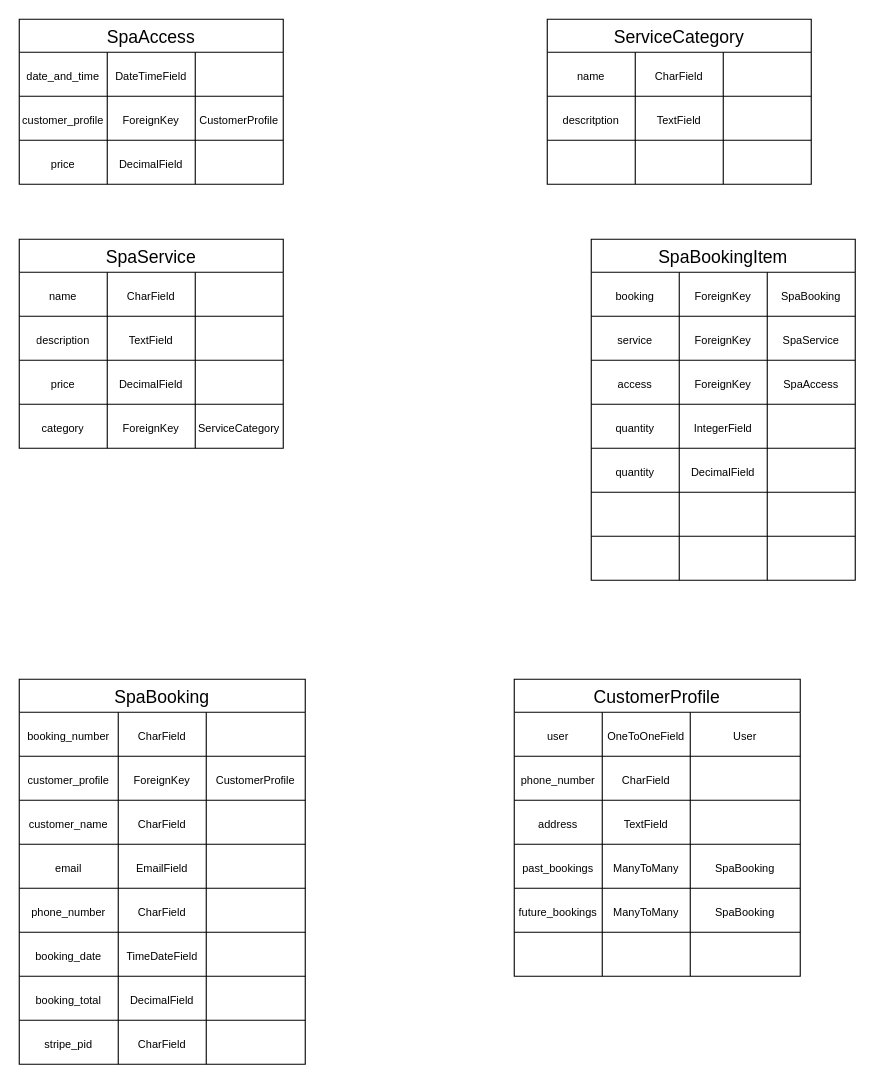
The draw.io diagram Namnlöst diagram.drawio in CeciliaSG/pp5_hotel_e-commerce, before the edit. Source tidied: cells renumbered, new cells numbered last; positions are measured from the earlier drawing's top-left corner, leaving out a move shared by most shapes. Both pictures are drawn from the tidied source at 110%, with x=0, y=0 at pixel (19, 19).
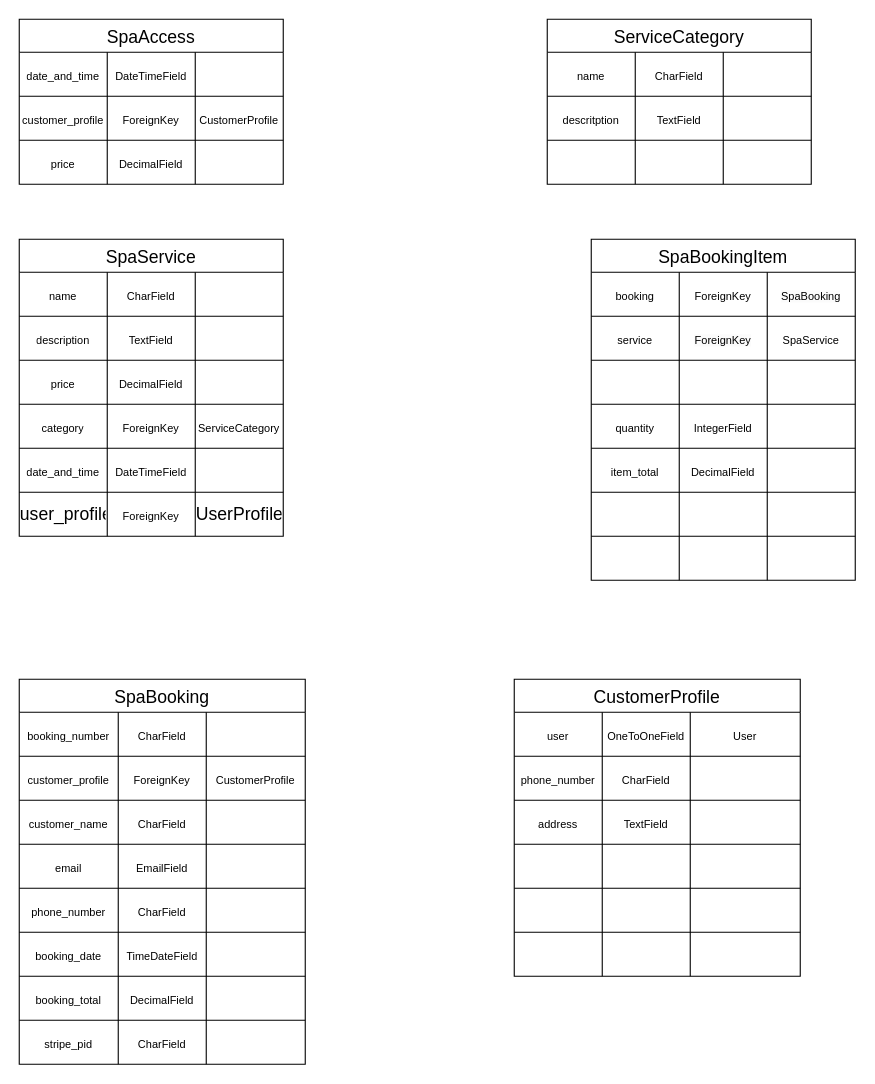
The same page after the edit.

Commit message:
uppdate models

Unchanged cells that the change refers to:
```xml
<mxCell id="54" style="shape=tableRow;horizontal=0;startSize=0;swimlaneHead=0;swimlaneBody=0;strokeColor=inherit;top=0;left=0;bottom=0;right=0;fillColor=none;fontSize=16;" parent="45" vertex="1">
  <mxGeometry y="110" width="240" height="40" as="geometry" />
</mxCell>
<mxCell id="62" style="shape=tableRow;horizontal=0;startSize=0;swimlaneHead=0;swimlaneBody=0;strokeColor=inherit;top=0;left=0;bottom=0;right=0;fillColor=none;fontSize=16;" parent="45" vertex="1">
  <mxGeometry y="190" width="240" height="40" as="geometry" />
</mxCell>
<mxCell id="120" style="shape=tableRow;horizontal=0;startSize=0;swimlaneHead=0;swimlaneBody=0;strokeColor=inherit;top=0;left=0;bottom=0;right=0;fillColor=none;fontSize=16;" parent="107" vertex="1">
  <mxGeometry y="150" width="260" height="40" as="geometry" />
</mxCell>
<mxCell id="124" style="shape=tableRow;horizontal=0;startSize=0;swimlaneHead=0;swimlaneBody=0;strokeColor=inherit;top=0;left=0;bottom=0;right=0;fillColor=none;fontSize=16;" parent="107" vertex="1">
  <mxGeometry y="190" width="260" height="40" as="geometry" />
</mxCell>
```

The edit, as a diff of the source:
```diff
@@
     <mxCell id="28" value="SpaService" style="shape=table;startSize=30;childLayout=tableLayout;strokeColor=default;fontSize=16;" parent="1" vertex="1">
-      <mxGeometry y="200" width="240" height="190" as="geometry" />
+      <mxGeometry y="200" width="240" height="270" as="geometry" />
     </mxCell>
@@
+    <mxCell id="133" style="shape=tableRow;horizontal=0;startSize=0;swimlaneHead=0;swimlaneBody=0;strokeColor=inherit;top=0;left=0;bottom=0;right=0;fillColor=none;fontSize=16;" parent="28" vertex="1">
+      <mxGeometry y="190" width="240" height="40" as="geometry" />
+    </mxCell>
+    <mxCell id="134" value="&lt;span style=&quot;font-size: 10px;&quot;&gt;date_and_time&lt;/span&gt;" style="shape=partialRectangle;html=1;whiteSpace=wrap;strokeColor=inherit;overflow=hidden;fillColor=none;top=0;left=0;bottom=0;right=0;fontSize=16;" parent="133" vertex="1">
+      <mxGeometry width="80" height="40" as="geometry" />
+    </mxCell>
+    <mxCell id="135" value="&lt;span style=&quot;font-size: 10px;&quot;&gt;DateTimeField&lt;/span&gt;" style="shape=partialRectangle;html=1;whiteSpace=wrap;strokeColor=inherit;overflow=hidden;fillColor=none;top=0;left=0;bottom=0;right=0;fontSize=16;" parent="133" vertex="1">
+      <mxGeometry x="80" width="80" height="40" as="geometry" />
+    </mxCell>
+    <mxCell id="136" style="shape=partialRectangle;html=1;whiteSpace=wrap;strokeColor=inherit;overflow=hidden;fillColor=none;top=0;left=0;bottom=0;right=0;fontSize=16;" parent="133" vertex="1">
+      <mxGeometry x="160" width="80" height="40" as="geometry" />
+    </mxCell>
+    <mxCell id="137" style="shape=tableRow;horizontal=0;startSize=0;swimlaneHead=0;swimlaneBody=0;strokeColor=inherit;top=0;left=0;bottom=0;right=0;fillColor=none;fontSize=16;" parent="28" vertex="1">
+      <mxGeometry y="230" width="240" height="40" as="geometry" />
+    </mxCell>
+    <mxCell id="138" value="user_profile" style="shape=partialRectangle;html=1;whiteSpace=wrap;strokeColor=inherit;overflow=hidden;fillColor=none;top=0;left=0;bottom=0;right=0;fontSize=16;" parent="137" vertex="1">
+      <mxGeometry width="80" height="40" as="geometry" />
+    </mxCell>
+    <mxCell id="139" value="&lt;span style=&quot;font-size: 10px;&quot;&gt;ForeignKey&lt;/span&gt;" style="shape=partialRectangle;html=1;whiteSpace=wrap;strokeColor=inherit;overflow=hidden;fillColor=none;top=0;left=0;bottom=0;right=0;fontSize=16;" parent="137" vertex="1">
+      <mxGeometry x="80" width="80" height="40" as="geometry" />
+    </mxCell>
+    <mxCell id="140" value="UserProfile" style="shape=partialRectangle;html=1;whiteSpace=wrap;strokeColor=inherit;overflow=hidden;fillColor=none;top=0;left=0;bottom=0;right=0;fontSize=16;" parent="137" vertex="1">
+      <mxGeometry x="160" width="80" height="40" as="geometry" />
+    </mxCell>
@@
-    <mxCell id="55" value="&lt;font style=&quot;font-size: 10px;&quot;&gt;access&lt;/font&gt;" style="shape=partialRectangle;html=1;whiteSpace=wrap;strokeColor=inherit;overflow=hidden;fillColor=none;top=0;left=0;bottom=0;right=0;fontSize=16;" parent="54" vertex="1">
+    <mxCell id="55" style="shape=partialRectangle;html=1;whiteSpace=wrap;strokeColor=inherit;overflow=hidden;fillColor=none;top=0;left=0;bottom=0;right=0;fontSize=16;" parent="54" vertex="1">
       <mxGeometry width="80" height="40" as="geometry" />
     </mxCell>
-    <mxCell id="56" value="&lt;span style=&quot;color: rgb(0, 0, 0); font-family: Helvetica; font-size: 10px; font-style: normal; font-variant-ligatures: normal; font-variant-caps: normal; font-weight: 400; letter-spacing: normal; orphans: 2; text-align: center; text-indent: 0px; text-transform: none; widows: 2; word-spacing: 0px; -webkit-text-stroke-width: 0px; white-space: normal; background-color: rgb(251, 251, 251); text-decoration-thickness: initial; text-decoration-style: initial; text-decoration-color: initial; display: inline !important; float: none;&quot;&gt;ForeignKey&lt;/span&gt;" style="shape=partialRectangle;html=1;whiteSpace=wrap;strokeColor=inherit;overflow=hidden;fillColor=none;top=0;left=0;bottom=0;right=0;fontSize=16;" parent="54" vertex="1">
+    <mxCell id="56" style="shape=partialRectangle;html=1;whiteSpace=wrap;strokeColor=inherit;overflow=hidden;fillColor=none;top=0;left=0;bottom=0;right=0;fontSize=16;" parent="54" vertex="1">
       <mxGeometry x="80" width="80" height="40" as="geometry" />
     </mxCell>
-    <mxCell id="57" value="&lt;font style=&quot;font-size: 10px;&quot;&gt;SpaAccess&lt;/font&gt;" style="shape=partialRectangle;html=1;whiteSpace=wrap;strokeColor=inherit;overflow=hidden;fillColor=none;top=0;left=0;bottom=0;right=0;fontSize=16;" parent="54" vertex="1">
+    <mxCell id="57" style="shape=partialRectangle;html=1;whiteSpace=wrap;strokeColor=inherit;overflow=hidden;fillColor=none;top=0;left=0;bottom=0;right=0;fontSize=16;" parent="54" vertex="1">
       <mxGeometry x="160" width="80" height="40" as="geometry" />
     </mxCell>
@@
-    <mxCell id="63" value="&lt;font style=&quot;font-size: 10px;&quot;&gt;quantity&lt;/font&gt;" style="shape=partialRectangle;html=1;whiteSpace=wrap;strokeColor=inherit;overflow=hidden;fillColor=none;top=0;left=0;bottom=0;right=0;fontSize=16;" parent="62" vertex="1">
+    <mxCell id="63" value="&lt;font style=&quot;font-size: 10px;&quot;&gt;item_total&lt;/font&gt;" style="shape=partialRectangle;html=1;whiteSpace=wrap;strokeColor=inherit;overflow=hidden;fillColor=none;top=0;left=0;bottom=0;right=0;fontSize=16;" parent="62" vertex="1">
       <mxGeometry width="80" height="40" as="geometry" />
     </mxCell>
@@
-    <mxCell id="121" value="&lt;font style=&quot;font-size: 10px;&quot;&gt;past_bookings&lt;/font&gt;" style="shape=partialRectangle;html=1;whiteSpace=wrap;strokeColor=inherit;overflow=hidden;fillColor=none;top=0;left=0;bottom=0;right=0;fontSize=16;" parent="120" vertex="1">
+    <mxCell id="121" style="shape=partialRectangle;html=1;whiteSpace=wrap;strokeColor=inherit;overflow=hidden;fillColor=none;top=0;left=0;bottom=0;right=0;fontSize=16;" parent="120" vertex="1">
       <mxGeometry width="80" height="40" as="geometry" />
     </mxCell>
-    <mxCell id="122" value="&lt;font style=&quot;font-size: 10px;&quot;&gt;ManyToMany&lt;/font&gt;" style="shape=partialRectangle;html=1;whiteSpace=wrap;strokeColor=inherit;overflow=hidden;fillColor=none;top=0;left=0;bottom=0;right=0;fontSize=16;" parent="120" vertex="1">
+    <mxCell id="122" style="shape=partialRectangle;html=1;whiteSpace=wrap;strokeColor=inherit;overflow=hidden;fillColor=none;top=0;left=0;bottom=0;right=0;fontSize=16;" parent="120" vertex="1">
       <mxGeometry x="80" width="80" height="40" as="geometry" />
     </mxCell>
-    <mxCell id="123" value="&lt;font style=&quot;font-size: 10px;&quot;&gt;SpaBooking&lt;/font&gt;" style="shape=partialRectangle;html=1;whiteSpace=wrap;strokeColor=inherit;overflow=hidden;fillColor=none;top=0;left=0;bottom=0;right=0;fontSize=16;" parent="120" vertex="1">
+    <mxCell id="123" style="shape=partialRectangle;html=1;whiteSpace=wrap;strokeColor=inherit;overflow=hidden;fillColor=none;top=0;left=0;bottom=0;right=0;fontSize=16;" parent="120" vertex="1">
       <mxGeometry x="160" width="100" height="40" as="geometry" />
     </mxCell>
@@
-    <mxCell id="125" value="&lt;font style=&quot;font-size: 10px;&quot;&gt;future_bookings&lt;/font&gt;" style="shape=partialRectangle;html=1;whiteSpace=wrap;strokeColor=inherit;overflow=hidden;fillColor=none;top=0;left=0;bottom=0;right=0;fontSize=16;" parent="124" vertex="1">
+    <mxCell id="125" style="shape=partialRectangle;html=1;whiteSpace=wrap;strokeColor=inherit;overflow=hidden;fillColor=none;top=0;left=0;bottom=0;right=0;fontSize=16;" parent="124" vertex="1">
       <mxGeometry width="80" height="40" as="geometry" />
     </mxCell>
-    <mxCell id="126" value="&lt;font style=&quot;font-size: 10px;&quot;&gt;ManyToMany&lt;/font&gt;" style="shape=partialRectangle;html=1;whiteSpace=wrap;strokeColor=inherit;overflow=hidden;fillColor=none;top=0;left=0;bottom=0;right=0;fontSize=16;" parent="124" vertex="1">
+    <mxCell id="126" style="shape=partialRectangle;html=1;whiteSpace=wrap;strokeColor=inherit;overflow=hidden;fillColor=none;top=0;left=0;bottom=0;right=0;fontSize=16;" parent="124" vertex="1">
       <mxGeometry x="80" width="80" height="40" as="geometry" />
     </mxCell>
-    <mxCell id="127" value="&lt;font style=&quot;font-size: 10px;&quot;&gt;SpaBooking&lt;/font&gt;" style="shape=partialRectangle;html=1;whiteSpace=wrap;strokeColor=inherit;overflow=hidden;fillColor=none;top=0;left=0;bottom=0;right=0;fontSize=16;" parent="124" vertex="1">
+    <mxCell id="127" style="shape=partialRectangle;html=1;whiteSpace=wrap;strokeColor=inherit;overflow=hidden;fillColor=none;top=0;left=0;bottom=0;right=0;fontSize=16;" parent="124" vertex="1">
       <mxGeometry x="160" width="100" height="40" as="geometry" />
     </mxCell>
```
